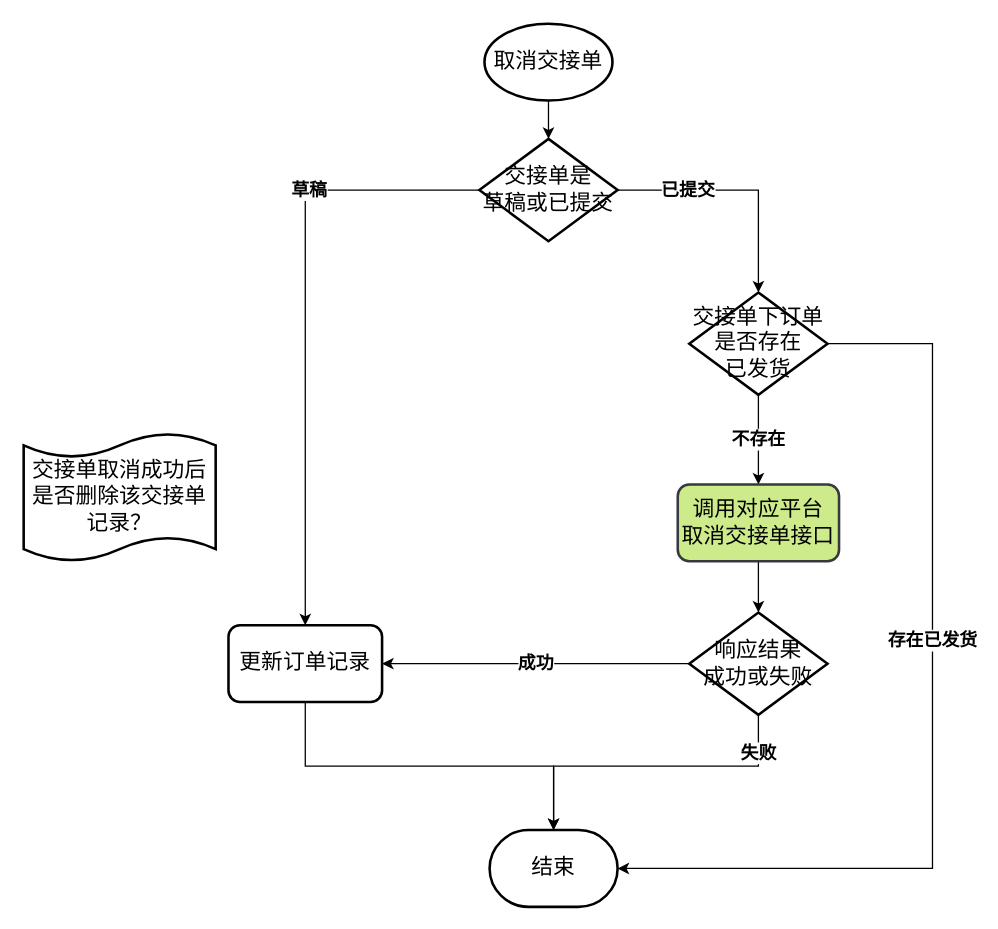
The draw.io diagram longpean/OMS-交接单-取消交接单.drawio in GitHeP/diagrams, before the edit. Source tidied: cells renumbered, new cells numbered last; positions are measured from the earlier drawing's top-left corner, leaving out a move shared by most shapes. Both pictures are drawn from the tidied source at 128%, with x=0, y=0 at pixel (23, 23).
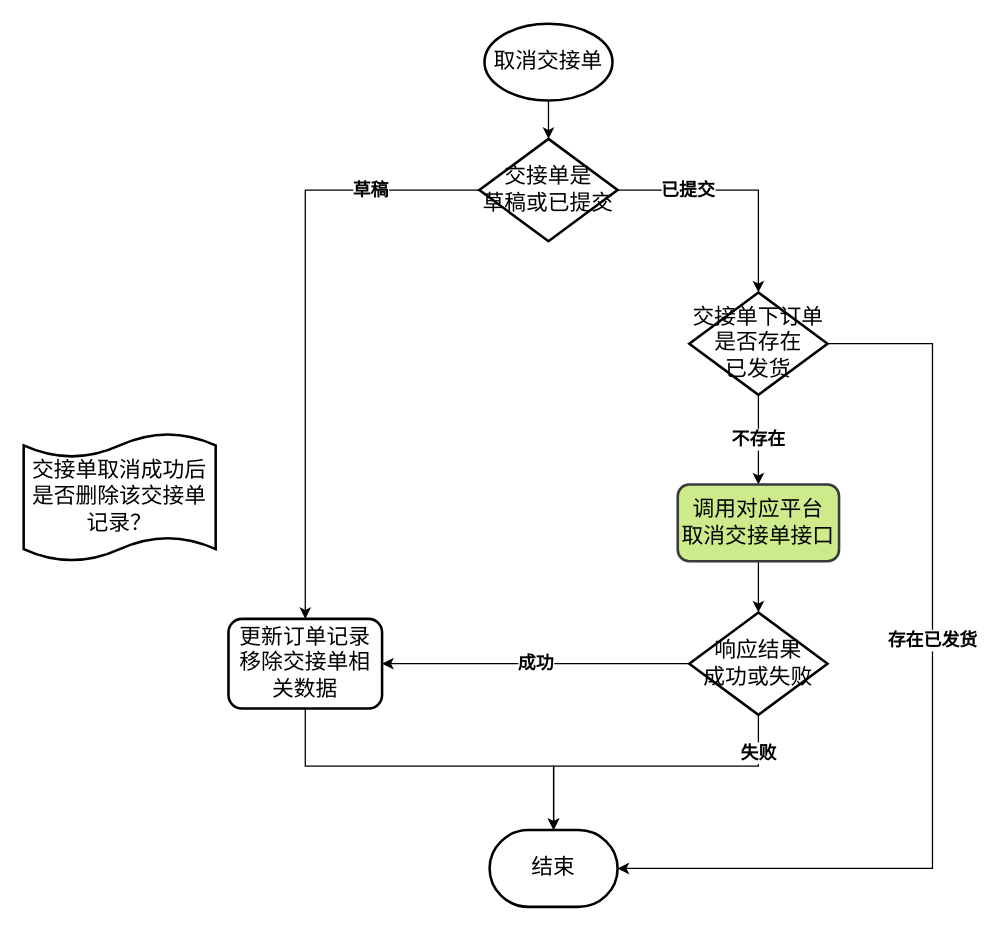
Above is the later version.

Commit message:
更新OMS-交接单-取消交接单.drawio

Unchanged cells that the change refers to:
```xml
<mxCell id="6" value="&lt;span style=&quot;font-size: 17px;&quot;&gt;交接单是&lt;br&gt;草稿或已提交&lt;br&gt;&lt;/span&gt;" style="strokeWidth=2;html=1;shape=mxgraph.flowchart.decision;whiteSpace=wrap;" parent="1" vertex="1">
  <mxGeometry x="356" y="90" width="108" height="80" as="geometry" />
</mxCell>
```

Change to the diagram source:
```diff
@@
     <mxCell id="4" value="&lt;b&gt;&lt;font style=&quot;font-size: 14px;&quot;&gt;草稿&lt;/font&gt;&lt;/b&gt;" style="edgeStyle=orthogonalEdgeStyle;rounded=0;jettySize=auto;html=1;" parent="1" edge="1" source="6" target="8">
-      <mxGeometry x="-0.44" relative="1" as="geometry" />
+      <mxGeometry x="-0.64" relative="1" as="geometry" />
     </mxCell>
@@
-    <mxCell id="8" value="&lt;font style=&quot;font-size: 17px;&quot;&gt;更新订单记录&lt;br&gt;&lt;/font&gt;" style="rounded=1;whiteSpace=wrap;html=1;strokeWidth=2;" parent="1" vertex="1">
-      <mxGeometry x="160" y="470" width="120" height="60" as="geometry" />
+    <mxCell id="8" value="&lt;font style=&quot;font-size: 17px;&quot;&gt;更新订单记录&lt;br&gt;移除交接单相关数据&lt;br&gt;&lt;/font&gt;" style="rounded=1;whiteSpace=wrap;html=1;strokeWidth=2;" parent="1" vertex="1">
+      <mxGeometry x="160" y="465" width="120" height="70" as="geometry" />
     </mxCell>
```
